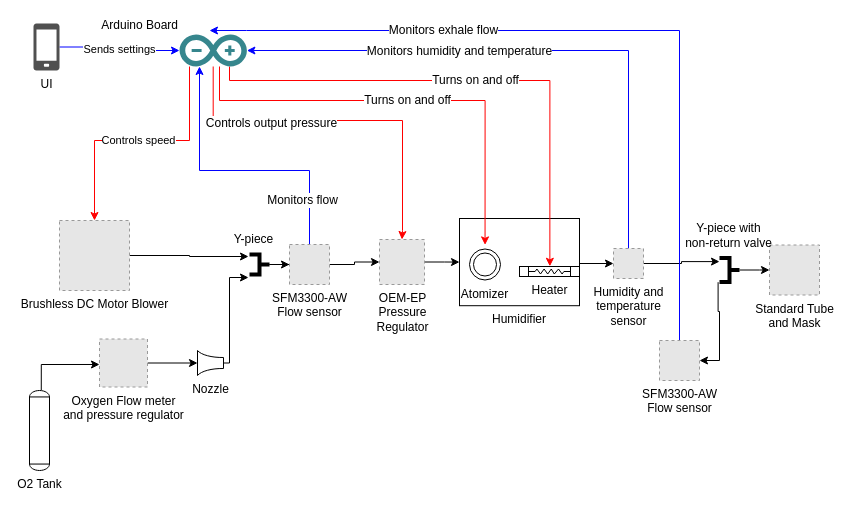
Above: mech/Untitled Diagram.drawio in cymourad/diy-ventilator (draw.io), before the change. Source tidied: cells renumbered, new cells numbered last; positions are measured from the earlier drawing's top-left corner, leaving out a move shared by most shapes. Both pictures are drawn from the tidied source at 100%, with x=0, y=0 at pixel (29, 23). Pictures stored in the file or linked from it are replaced by grey dashed boxes.
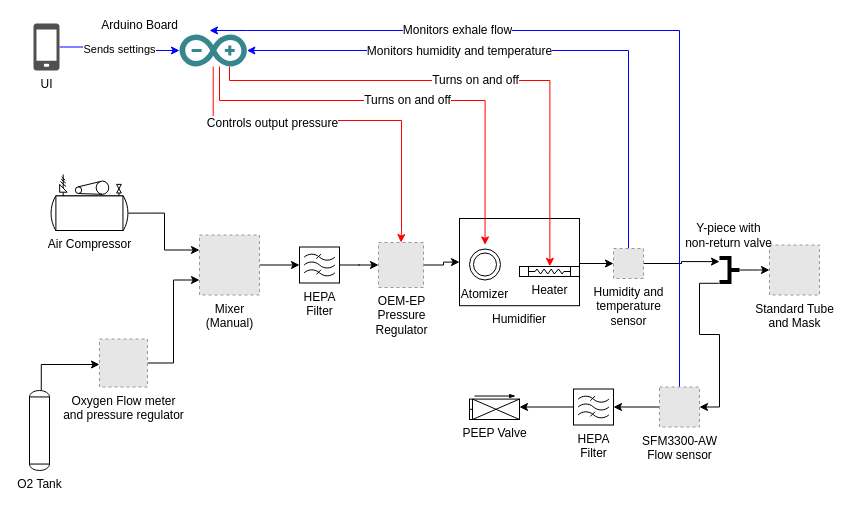
The same page after the edit.

Commit message:
adds HEPA and compressor to .drawio

The change refers to these unchanged cells:
```xml
<mxCell id="7" value="Oxygen Flow meter&lt;br&gt;and pressure regulator" style="fillColor=#E6E6E6;strokeColor=#999999;dashed=1;html=1;verticalAlign=top;verticalLabelPosition=bottom;labelBackgroundColor=#ffffff;" parent="1" vertex="1">
  <mxGeometry x="70" y="315.5" width="48" height="48" as="geometry" />
</mxCell>
<mxCell id="24" value="Arduino Board" style="dashed=0;outlineConnect=0;html=1;align=right;labelPosition=left;verticalLabelPosition=top;verticalAlign=bottom;shape=mxgraph.weblogos.arduino;fillColor=#36868D;strokeColor=none;" parent="1" vertex="1">
  <mxGeometry x="150" y="11" width="67.4" height="32" as="geometry" />
</mxCell>
<mxCell id="27" style="verticalLabelPosition=bottom;align=center;dashed=0;html=1;verticalAlign=top;shape=mxgraph.pid.piping.hose_connection;rotation=-180;strokeWidth=4;" parent="1" vertex="1">
  <mxGeometry x="690" y="234.5" width="20" height="24" as="geometry" />
</mxCell>
```

Change to the diagram source:
```diff
@@
-    <mxCell id="2" style="edgeStyle=orthogonalEdgeStyle;rounded=0;jettySize=auto;html=1;entryX=1.05;entryY=0.9;entryDx=0;entryDy=0;entryPerimeter=0;" parent="1" edge="1" source="3" target="9">
-      <mxGeometry relative="1" as="geometry" />
-    </mxCell>
-    <mxCell id="3" value="Brushless DC Motor Blower" style="fillColor=#E6E6E6;strokeColor=#999999;dashed=1;html=1;verticalAlign=top;verticalLabelPosition=bottom;labelBackgroundColor=#ffffff;" parent="1" vertex="1">
-      <mxGeometry x="30" y="197" width="70" height="70" as="geometry" />
-    </mxCell>
@@
-    <mxCell id="6" style="edgeStyle=orthogonalEdgeStyle;rounded=0;jettySize=auto;html=1;entryX=0;entryY=0.5;entryDx=0;entryDy=0;entryPerimeter=0;strokeColor=#000000;fontSize=12;" parent="1" edge="1" source="7" target="41">
+    <mxCell id="6" style="edgeStyle=orthogonalEdgeStyle;rounded=0;jettySize=auto;html=1;entryX=0;entryY=0.75;entryDx=0;entryDy=0;strokeColor=#000000;fontSize=12;" parent="1" edge="1" source="7" target="46">
       <mxGeometry relative="1" as="geometry" />
     </mxCell>
@@
-    <mxCell id="8" style="edgeStyle=orthogonalEdgeStyle;rounded=0;jettySize=auto;html=1;exitX=0;exitY=0.5;exitDx=0;exitDy=0;exitPerimeter=0;" parent="1" edge="1" source="9" target="13">
-      <mxGeometry relative="1" as="geometry" />
-    </mxCell>
-    <mxCell id="9" style="verticalLabelPosition=bottom;align=center;dashed=0;html=1;verticalAlign=top;shape=mxgraph.pid.piping.hose_connection;rotation=-180;strokeWidth=4;" parent="1" vertex="1">
-      <mxGeometry x="220" y="231" width="20" height="20" as="geometry" />
-    </mxCell>
-    <mxCell id="10" style="edgeStyle=orthogonalEdgeStyle;rounded=0;jettySize=auto;html=1;exitX=1;exitY=0.5;exitDx=0;exitDy=0;" parent="1" edge="1" source="13" target="15">
-      <mxGeometry relative="1" as="geometry" />
-    </mxCell>
-    <mxCell id="11" style="edgeStyle=orthogonalEdgeStyle;rounded=0;jettySize=auto;html=1;strokeColor=#0000FF;" parent="1" edge="1" source="13" target="24">
-      <mxGeometry relative="1" as="geometry">
-        <Array as="points">
-          <mxPoint x="280" y="147" />
-          <mxPoint x="170" y="147" />
-        </Array>
-      </mxGeometry>
-    </mxCell>
-    <mxCell id="12" value="Monitors flow" style="text;html=1;align=center;verticalAlign=middle;labelBackgroundColor=#ffffff;" parent="11" vertex="1">
-      <mxGeometry x="-0.43" y="29" relative="1" as="geometry" />
-    </mxCell>
-    <mxCell id="13" value="SFM3300-AW&lt;br&gt;Flow sensor" style="fillColor=#E6E6E6;strokeColor=#999999;dashed=1;html=1;verticalAlign=top;verticalLabelPosition=bottom;labelBackgroundColor=#ffffff;" parent="1" vertex="1">
-      <mxGeometry x="260" y="221" width="40" height="40" as="geometry" />
-    </mxCell>
@@
     <mxCell id="15" value="OEM-EP&lt;br&gt;Pressure&lt;br&gt;Regulator" style="fillColor=#E6E6E6;strokeColor=#999999;dashed=1;html=1;verticalAlign=top;verticalLabelPosition=bottom;labelBackgroundColor=#ffffff;" parent="1" vertex="1">
-      <mxGeometry x="350" y="216" width="45" height="45" as="geometry" />
+      <mxGeometry x="349" y="219" width="45" height="45" as="geometry" />
     </mxCell>
@@
-    <mxCell id="19" value="Controls speed" style="edgeStyle=orthogonalEdgeStyle;rounded=0;jettySize=auto;html=1;entryX=0.5;entryY=0;entryDx=0;entryDy=0;strokeColor=#FF0000;" parent="1" edge="1" source="24" target="3">
-      <mxGeometry relative="1" as="geometry">
-        <Array as="points">
-          <mxPoint x="160" y="117" />
-          <mxPoint x="65" y="117" />
-        </Array>
-      </mxGeometry>
-    </mxCell>
     <mxCell id="20" style="edgeStyle=orthogonalEdgeStyle;rounded=0;jettySize=auto;html=1;entryX=0.5;entryY=0;entryDx=0;entryDy=0;strokeColor=#FF0000;" parent="1" edge="1" source="24" target="15">
       <mxGeometry relative="1" as="geometry">
         <Array as="points">
           <mxPoint x="184" y="97" />
-          <mxPoint x="373" y="97" />
-          <mxPoint x="373" y="207" />
+          <mxPoint x="372" y="97" />
           <mxPoint x="372" y="207" />
+          <mxPoint x="371" y="207" />
         </Array>
       </mxGeometry>
     </mxCell>
@@
-    <mxCell id="26" style="edgeStyle=orthogonalEdgeStyle;rounded=0;jettySize=auto;html=1;entryX=1;entryY=0.5;entryDx=0;entryDy=0;exitX=1.07;exitY=-0.008;exitDx=0;exitDy=0;exitPerimeter=0;" parent="1" edge="1" source="27" target="29">
+    <mxCell id="26" style="edgeStyle=orthogonalEdgeStyle;rounded=0;jettySize=auto;html=1;entryX=1;entryY=0.5;entryDx=0;entryDy=0;exitX=1.03;exitY=-0.053;exitDx=0;exitDy=0;exitPerimeter=0;" parent="1" edge="1" source="27" target="29">
       <mxGeometry relative="1" as="geometry">
         <Array as="points">
-          <mxPoint x="689" y="288" />
-          <mxPoint x="690" y="288" />
-          <mxPoint x="690" y="337" />
+          <mxPoint x="670" y="260" />
+          <mxPoint x="670" y="311" />
+          <mxPoint x="690" y="311" />
+          <mxPoint x="690" y="383" />
         </Array>
       </mxGeometry>
     </mxCell>
@@
+    <mxCell id="42" style="edgeStyle=orthogonalEdgeStyle;rounded=0;jettySize=auto;html=1;" parent="1" edge="1" source="29" target="50">
+      <mxGeometry relative="1" as="geometry" />
+    </mxCell>
     <mxCell id="29" value="SFM3300-AW&lt;br&gt;Flow sensor" style="fillColor=#E6E6E6;strokeColor=#999999;dashed=1;html=1;verticalAlign=top;verticalLabelPosition=bottom;labelBackgroundColor=#ffffff;" parent="1" vertex="1">
-      <mxGeometry x="630" y="317" width="40" height="40" as="geometry" />
+      <mxGeometry x="630" y="363.5" width="40" height="40" as="geometry" />
     </mxCell>
@@
-    <mxCell id="31" value="Y-piece" style="text;html=1;align=center;verticalAlign=middle;" parent="1" vertex="1">
-      <mxGeometry x="194" y="206" width="60" height="20" as="geometry" />
-    </mxCell>
@@
-    <mxCell id="40" style="edgeStyle=orthogonalEdgeStyle;rounded=0;jettySize=auto;html=1;entryX=1.05;entryY=-0.15;entryDx=0;entryDy=0;entryPerimeter=0;strokeColor=#000000;fontSize=12;" parent="1" edge="1" source="41" target="9">
-      <mxGeometry relative="1" as="geometry">
-        <Array as="points">
-          <mxPoint x="200" y="340" />
-          <mxPoint x="200" y="254" />
-        </Array>
-      </mxGeometry>
-    </mxCell>
-    <mxCell id="41" value="Nozzle" style="verticalLabelPosition=bottom;align=center;outlineConnect=0;dashed=0;html=1;verticalAlign=top;shape=mxgraph.pid.flow_sensors.flow_nozzle;fontSize=12;rotation=0;" parent="1" vertex="1">
-      <mxGeometry x="168" y="327" width="26" height="25" as="geometry" />
-    </mxCell>
+    <mxCell id="43" style="edgeStyle=orthogonalEdgeStyle;rounded=0;jettySize=auto;html=1;exitX=0.985;exitY=0.69;exitDx=0;exitDy=0;exitPerimeter=0;entryX=0;entryY=0.25;entryDx=0;entryDy=0;" parent="1" edge="1" source="44" target="46">
+      <mxGeometry relative="1" as="geometry" />
+    </mxCell>
+    <mxCell id="44" value="Air Compressor" style="verticalLabelPosition=bottom;outlineConnect=0;align=center;dashed=0;html=1;verticalAlign=top;shape=mxgraph.pid.compressors.ac_air_compressor;" parent="1" vertex="1">
+      <mxGeometry x="20" y="151" width="80" height="56" as="geometry" />
+    </mxCell>
+    <mxCell id="45" style="edgeStyle=orthogonalEdgeStyle;rounded=0;jettySize=auto;html=1;" parent="1" edge="1" source="46" target="48">
+      <mxGeometry relative="1" as="geometry" />
+    </mxCell>
+    <mxCell id="46" value="Mixer&lt;br&gt;(Manual)" style="fillColor=#E6E6E6;strokeColor=#999999;dashed=1;html=1;verticalAlign=top;verticalLabelPosition=bottom;labelBackgroundColor=#ffffff;" parent="1" vertex="1">
+      <mxGeometry x="170" y="211.5" width="60" height="60" as="geometry" />
+    </mxCell>
+    <mxCell id="47" style="edgeStyle=orthogonalEdgeStyle;rounded=0;jettySize=auto;html=1;" parent="1" edge="1" source="48" target="15">
+      <mxGeometry relative="1" as="geometry" />
+    </mxCell>
+    <mxCell id="48" value="HEPA&lt;br&gt;Filter" style="verticalLabelPosition=bottom;shadow=0;dashed=0;align=center;html=1;verticalAlign=top;shape=mxgraph.electrical.abstract.filter;" parent="1" vertex="1">
+      <mxGeometry x="270" y="223.5" width="40" height="36" as="geometry" />
+    </mxCell>
+    <mxCell id="49" style="edgeStyle=orthogonalEdgeStyle;rounded=0;jettySize=auto;html=1;" parent="1" edge="1" source="50" target="51">
+      <mxGeometry relative="1" as="geometry" />
+    </mxCell>
+    <mxCell id="50" value="HEPA&lt;br&gt;Filter" style="verticalLabelPosition=bottom;shadow=0;dashed=0;align=center;html=1;verticalAlign=top;shape=mxgraph.electrical.abstract.filter;" parent="1" vertex="1">
+      <mxGeometry x="544" y="365.5" width="40" height="36" as="geometry" />
+    </mxCell>
+    <mxCell id="51" value="PEEP Valve" style="verticalLabelPosition=bottom;align=center;dashed=0;html=1;verticalAlign=top;shape=mxgraph.pid.piping.excess_flow_valve;" parent="1" vertex="1">
+      <mxGeometry x="440" y="371" width="50" height="25" as="geometry" />
+    </mxCell>
```
